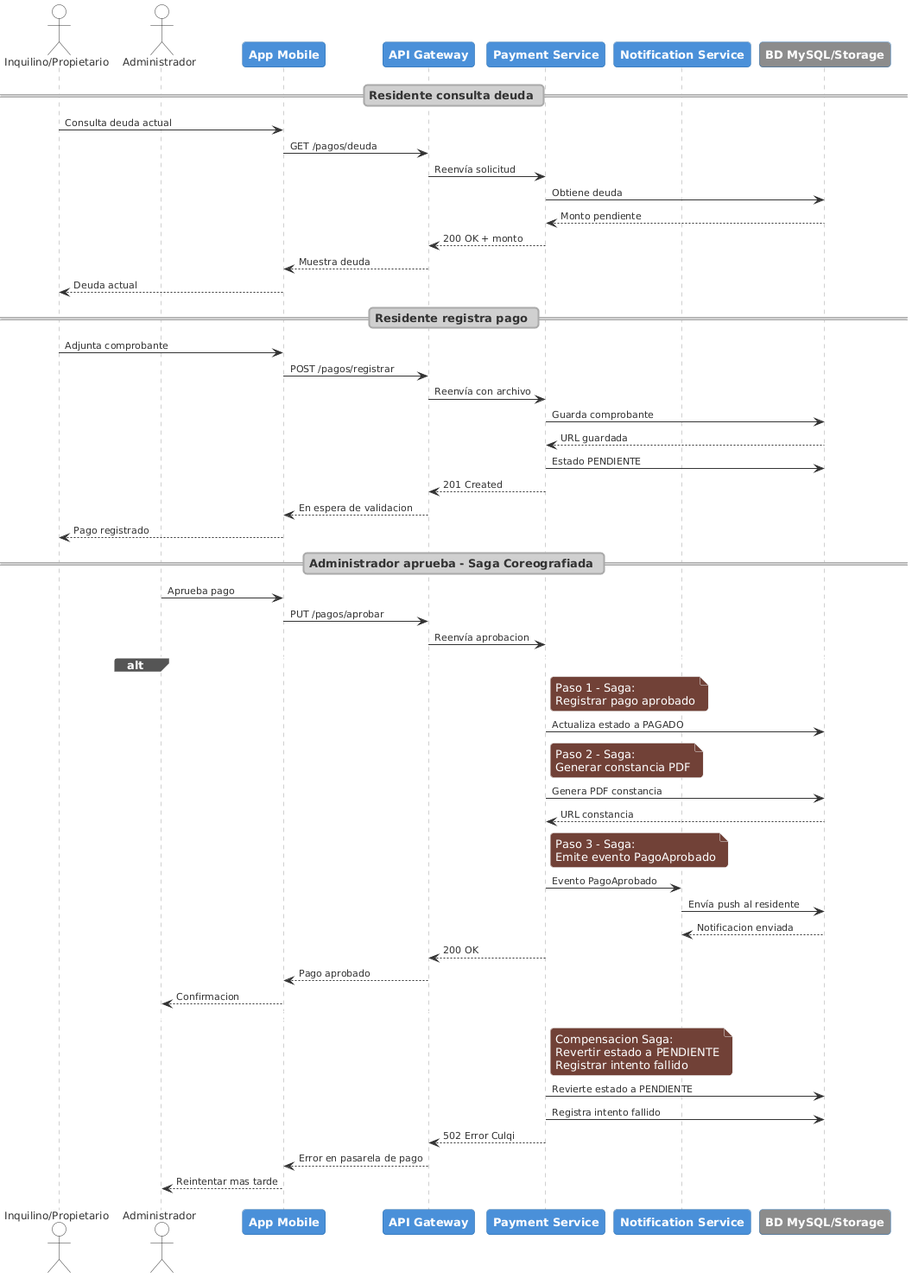
This is assets/img/secuencia_pagos.png from Condomia/Edifika-report, a PlantUML export, as it was before one commit.
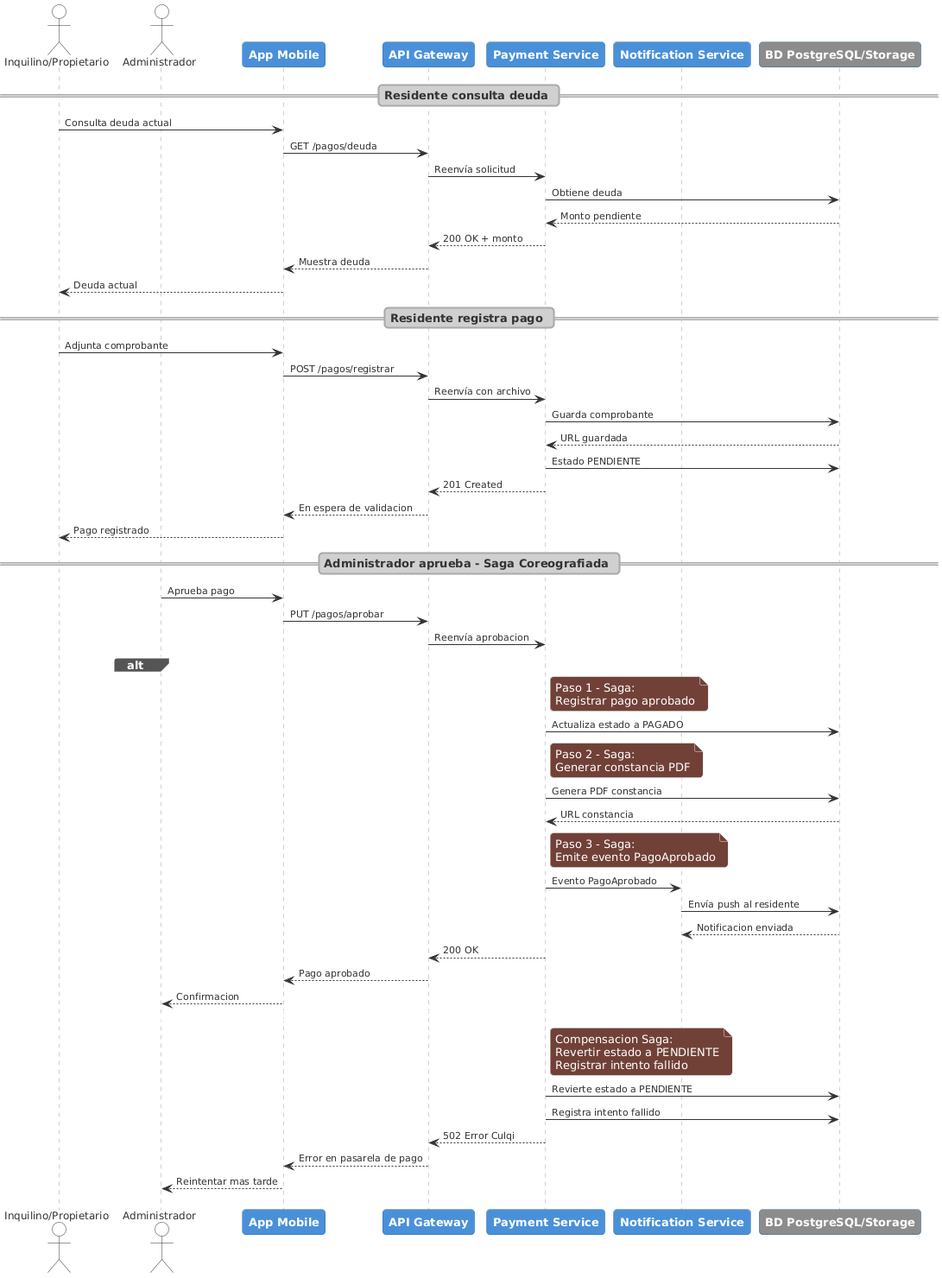
The same file after the commit.

Diff of the diagram source:
```diff
@@ -34,7 +34,7 @@
 participant "API Gateway" as Gateway
 participant "Payment Service" as Payment
 participant "Notification Service" as Notif
-participant "BD MySQL/Storage" as BD #8C8C8C
+participant "BD PostgreSQL/Storage" as BD #8C8C8C
 
 == Residente consulta deuda ==
 Residente -> App : Consulta deuda actual
```
